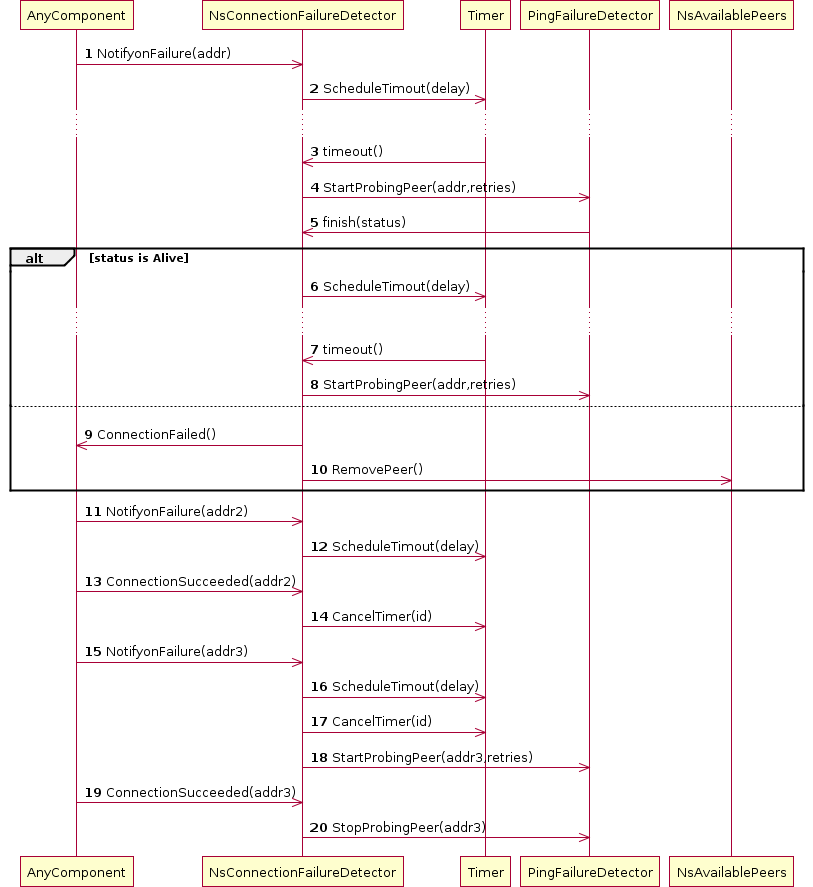
Earlier version of the PlantUML export wiki/img/cfdseq.png (vu3rdd/nilestore).
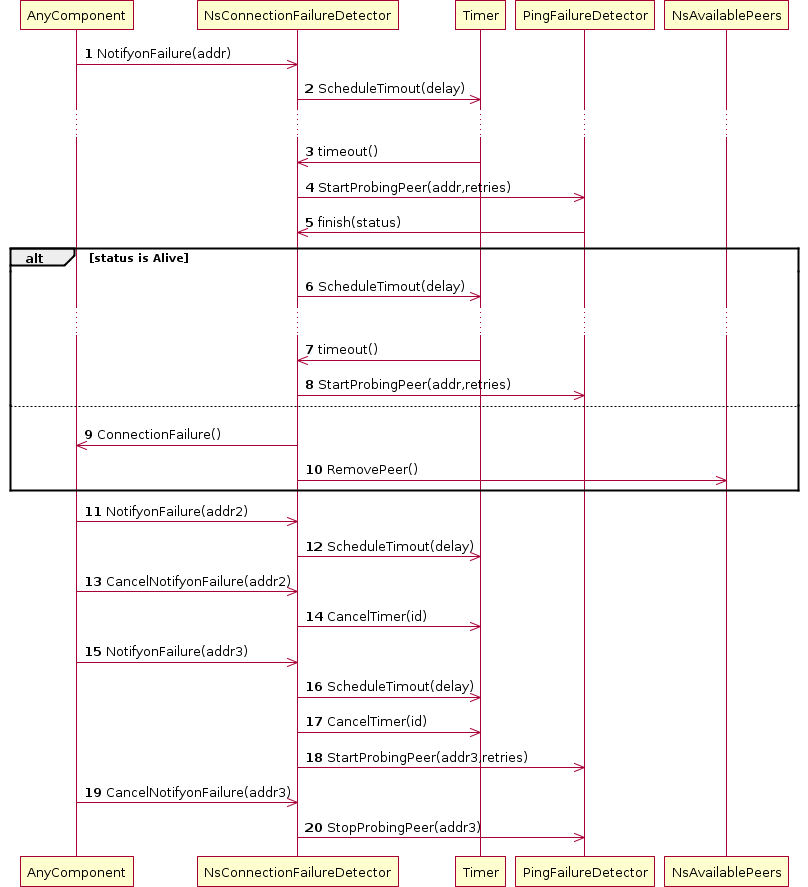
After the change.

Commit message:
editing connection failure detector images in Wiki

The edit, as a diff of the source:
```diff
@@ -1,5 +1,5 @@
 @startuml
- autonumber
+autonumber
 AnyComponent ->> NsConnectionFailureDetector: NotifyonFailure(addr)
 NsConnectionFailureDetector ->> Timer : ScheduleTimout(delay)
 ...
@@ -12,20 +12,20 @@
 Timer ->> NsConnectionFailureDetector : timeout()
 NsConnectionFailureDetector ->> PingFailureDetector: StartProbingPeer(addr,retries)
 else
-NsConnectionFailureDetector ->> AnyComponent : ConnectionFailed()
+NsConnectionFailureDetector ->> AnyComponent : ConnectionFailure()
 NsConnectionFailureDetector ->> NsAvailablePeers : RemovePeer()
 end
 
 AnyComponent ->> NsConnectionFailureDetector: NotifyonFailure(addr2)
 NsConnectionFailureDetector ->> Timer : ScheduleTimout(delay)
-AnyComponent ->> NsConnectionFailureDetector:ConnectionSucceeded(addr2)
+AnyComponent ->> NsConnectionFailureDetector:CancelNotifyonFailure(addr2)
 NsConnectionFailureDetector ->> Timer : CancelTimer(id)
 
 AnyComponent ->> NsConnectionFailureDetector: NotifyonFailure(addr3)
 NsConnectionFailureDetector ->> Timer : ScheduleTimout(delay)
 NsConnectionFailureDetector ->> Timer : CancelTimer(id)
 NsConnectionFailureDetector ->> PingFailureDetector: StartProbingPeer(addr3,retries)
-AnyComponent ->> NsConnectionFailureDetector:ConnectionSucceeded(addr3)
+AnyComponent ->> NsConnectionFailureDetector:CancelNotifyonFailure(addr3)
 NsConnectionFailureDetector ->> PingFailureDetector : StopProbingPeer(addr3)
 
- @enduml
+@enduml
```
